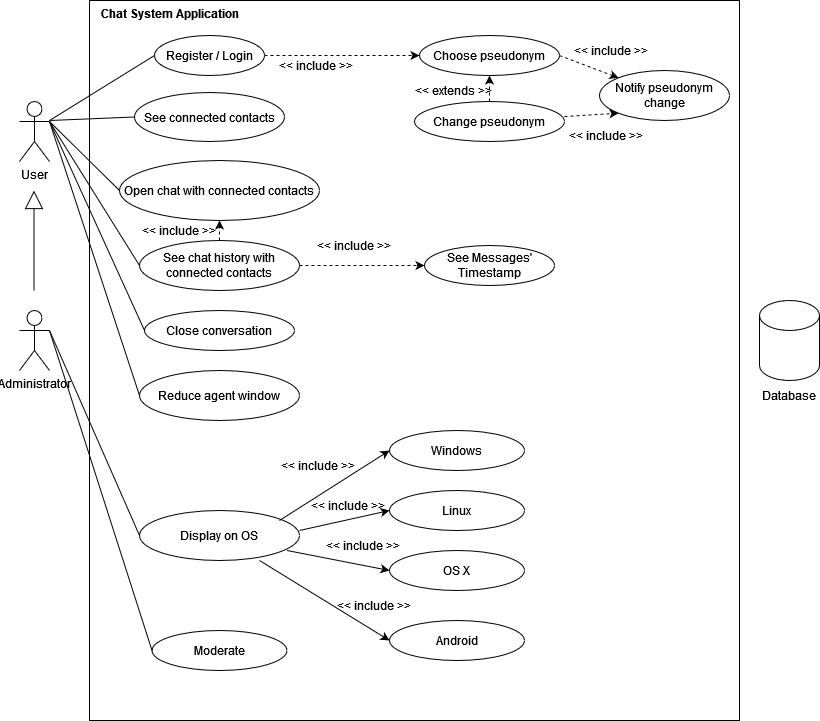
Earlier version of the draw.io export UML Diagrams/End of project Diagrams/Use_case_diagram.png (josua-ramouche/chat_system_project). Source tidied: cells renumbered, new cells last; positions are measured from the earlier drawing's top-left corner, leaving out a move shared by most shapes.
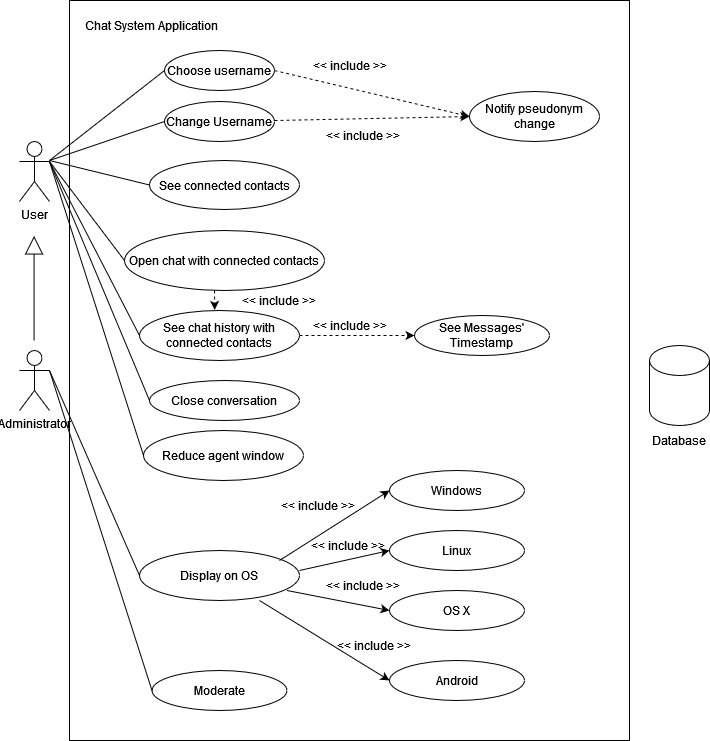
Above is the later version.

Change to the diagram source:
```diff
@@ -2,44 +2,38 @@
   <root>
     <mxCell id="0" />
     <mxCell id="1" parent="0" />
-    <mxCell id="2" style="rounded=0;whiteSpace=wrap;html=1;" parent="1" vertex="1">
-      <mxGeometry x="70" width="650" height="720" as="geometry" />
-    </mxCell>
+    <mxCell id="54" style="rounded=0;whiteSpace=wrap;html=1;" parent="1" vertex="1">
+      <mxGeometry x="50" y="-40" width="560" height="740" as="geometry" />
+    </mxCell>
     <mxCell id="3" value="User" style="shape=umlActor;verticalLabelPosition=bottom;verticalAlign=top;html=1;outlineConnect=0;" parent="1" vertex="1">
       <mxGeometry y="101" width="30" height="60" as="geometry" />
     </mxCell>
     <mxCell id="4" value="Administrator" style="shape=umlActor;verticalLabelPosition=bottom;verticalAlign=top;html=1;outlineConnect=0;" parent="1" vertex="1">
       <mxGeometry y="310" width="30" height="60" as="geometry" />
     </mxCell>
-    <mxCell id="5" value="Register / Login" style="ellipse;whiteSpace=wrap;html=1;" parent="1" vertex="1">
-      <mxGeometry x="135" y="35" width="110" height="40" as="geometry" />
+    <mxCell id="5" value="Choose username" style="ellipse;whiteSpace=wrap;html=1;" parent="1" vertex="1">
+      <mxGeometry x="145" y="10" width="110" height="40" as="geometry" />
     </mxCell>
     <mxCell id="6" value="Notify pseudonym change" style="ellipse;whiteSpace=wrap;html=1;" parent="1" vertex="1">
-      <mxGeometry x="580" y="70" width="130" height="50" as="geometry" />
+      <mxGeometry x="450" y="51" width="130" height="50" as="geometry" />
     </mxCell>
-    <mxCell id="7" value="Choose pseudonym" style="ellipse;whiteSpace=wrap;html=1;" parent="1" vertex="1">
-      <mxGeometry x="400" y="35" width="140" height="40" as="geometry" />
-    </mxCell>
     <mxCell id="8" value="Open chat with connected contacts" style="ellipse;whiteSpace=wrap;html=1;" parent="1" vertex="1">
-      <mxGeometry x="100" y="160" width="200" height="60" as="geometry" />
+      <mxGeometry x="105" y="190" width="200" height="60" as="geometry" />
     </mxCell>
     <mxCell id="9" value="See connected contacts" style="ellipse;whiteSpace=wrap;html=1;" parent="1" vertex="1">
-      <mxGeometry x="115" y="92" width="150" height="49" as="geometry" />
+      <mxGeometry x="130" y="120" width="150" height="49" as="geometry" />
     </mxCell>
-    <mxCell id="10" value="Change pseudonym" style="ellipse;whiteSpace=wrap;html=1;" parent="1" vertex="1">
-      <mxGeometry x="395" y="101" width="150" height="40" as="geometry" />
-    </mxCell>
     <mxCell id="11" value="See chat history with connected contacts" style="ellipse;whiteSpace=wrap;html=1;" parent="1" vertex="1">
-      <mxGeometry x="120" y="240" width="160" height="50" as="geometry" />
+      <mxGeometry x="120" y="270" width="160" height="50" as="geometry" />
     </mxCell>
     <mxCell id="12" value="Close conversation" style="ellipse;whiteSpace=wrap;html=1;" parent="1" vertex="1">
-      <mxGeometry x="125" y="310" width="150" height="40" as="geometry" />
+      <mxGeometry x="130" y="340" width="150" height="40" as="geometry" />
     </mxCell>
     <mxCell id="13" value="See Messages' Timestamp" style="ellipse;whiteSpace=wrap;html=1;" parent="1" vertex="1">
-      <mxGeometry x="405" y="245" width="130" height="40" as="geometry" />
+      <mxGeometry x="395" y="275" width="135" height="40" as="geometry" />
     </mxCell>
     <mxCell id="14" value="Reduce agent window" style="ellipse;whiteSpace=wrap;html=1;" parent="1" vertex="1">
-      <mxGeometry x="120" y="370" width="160" height="50" as="geometry" />
+      <mxGeometry x="124" y="390" width="160" height="50" as="geometry" />
     </mxCell>
     <mxCell id="15" value="Display on OS" style="ellipse;whiteSpace=wrap;html=1;" parent="1" vertex="1">
       <mxGeometry x="120" y="510" width="160" height="50" as="geometry" />
@@ -91,25 +85,20 @@
     <mxCell id="28" value="&amp;lt;&amp;lt; include &amp;gt;&amp;gt;" style="text;html=1;strokeColor=none;fillColor=none;align=center;verticalAlign=middle;whiteSpace=wrap;rounded=0;" parent="1" vertex="1">
       <mxGeometry x="310" y="590" width="90" height="30" as="geometry" />
     </mxCell>
-    <mxCell id="29" style="endArrow=classic;dashed=1;html=1;rounded=0;exitX=1;exitY=0.5;exitDx=0;exitDy=0;startArrow=none;startFill=0;endFill=1;" parent="1" edge="1" source="5">
-      <mxGeometry relative="1" as="geometry">
-        <mxPoint x="400" y="55" as="targetPoint" />
-      </mxGeometry>
+    <mxCell id="29" style="endArrow=classic;dashed=1;html=1;rounded=0;exitX=1;exitY=0.5;exitDx=0;exitDy=0;startArrow=none;startFill=0;endFill=1;entryX=0;entryY=0.5;entryDx=0;entryDy=0;" parent="1" edge="1" source="5" target="6">
+      <mxGeometry relative="1" as="geometry" />
     </mxCell>
     <mxCell id="30" value="&amp;lt;&amp;lt; include &amp;gt;&amp;gt;" style="text;html=1;strokeColor=none;fillColor=none;align=center;verticalAlign=middle;whiteSpace=wrap;rounded=0;" parent="1" vertex="1">
-      <mxGeometry x="250" y="50" width="94" height="30" as="geometry" />
+      <mxGeometry x="284" y="10" width="94" height="30" as="geometry" />
     </mxCell>
-    <mxCell id="31" style="endArrow=classic;dashed=1;html=1;rounded=0;entryX=0.5;entryY=1;entryDx=0;entryDy=0;exitX=0.5;exitY=0;exitDx=0;exitDy=0;startArrow=none;startFill=0;endFill=1;" parent="1" edge="1" source="10" target="7">
-      <mxGeometry relative="1" as="geometry" />
-    </mxCell>
-    <mxCell id="32" value="&amp;lt;&amp;lt; extends &amp;gt;&amp;gt;" style="text;html=1;strokeColor=none;fillColor=none;align=center;verticalAlign=middle;whiteSpace=wrap;rounded=0;" parent="1" vertex="1">
-      <mxGeometry x="389" y="75" width="90" height="30" as="geometry" />
+    <mxCell id="32" value="&amp;lt;&amp;lt; include &amp;gt;&amp;gt;" style="text;html=1;strokeColor=none;fillColor=none;align=center;verticalAlign=middle;whiteSpace=wrap;rounded=0;" parent="1" vertex="1">
+      <mxGeometry x="215" y="245" width="90" height="30" as="geometry" />
     </mxCell>
     <mxCell id="33" style="endArrow=classic;dashed=1;html=1;rounded=0;exitX=1;exitY=0.5;exitDx=0;exitDy=0;startArrow=none;startFill=0;endFill=1;entryX=0;entryY=0.5;entryDx=0;entryDy=0;" parent="1" edge="1" source="11" target="13">
       <mxGeometry relative="1" as="geometry" />
     </mxCell>
     <mxCell id="34" value="&amp;lt;&amp;lt; include &amp;gt;&amp;gt;" style="text;html=1;strokeColor=none;fillColor=none;align=center;verticalAlign=middle;whiteSpace=wrap;rounded=0;" parent="1" vertex="1">
-      <mxGeometry x="290" y="230" width="90" height="30" as="geometry" />
+      <mxGeometry x="286" y="270" width="90" height="30" as="geometry" />
     </mxCell>
     <mxCell id="35" style="endArrow=none;html=1;rounded=0;entryX=0;entryY=0.5;entryDx=0;entryDy=0;" parent="1" edge="1" target="5">
       <mxGeometry relative="1" as="geometry">
@@ -140,7 +129,7 @@
       <mxGeometry relative="1" as="geometry" />
     </mxCell>
     <mxCell id="43" style="group;" parent="1" vertex="1">
-      <mxGeometry x="740" y="300" width="60" height="110" as="geometry" />
+      <mxGeometry x="630" y="305" width="60" height="110" as="geometry" />
     </mxCell>
     <mxCell id="44" style="shape=cylinder3;whiteSpace=wrap;html=1;boundedLbl=1;backgroundOutline=1;size=15;" parent="43" vertex="1">
       <mxGeometry width="60" height="80" as="geometry" />
@@ -148,34 +137,35 @@
     <mxCell id="45" value="Database" style="text;html=1;strokeColor=none;fillColor=none;align=center;verticalAlign=middle;whiteSpace=wrap;rounded=0;" parent="43" vertex="1">
       <mxGeometry y="80" width="60" height="30" as="geometry" />
     </mxCell>
-    <mxCell id="46" style="endArrow=block;endSize=16;endFill=0;html=1;rounded=0;" parent="1" edge="1">
-      <mxGeometry x="0.12" y="-80" relative="1" as="geometry">
-        <mxPoint x="14.5" y="290" as="sourcePoint" />
-        <mxPoint x="14.5" y="190" as="targetPoint" />
-      </mxGeometry>
-    </mxCell>
+    <mxCell id="55" value="Change Username" style="ellipse;whiteSpace=wrap;html=1;" parent="1" vertex="1">
+      <mxGeometry x="145" y="61" width="110" height="40" as="geometry" />
+    </mxCell>
+    <mxCell id="56" style="endArrow=none;html=1;rounded=0;entryX=0;entryY=0.5;entryDx=0;entryDy=0;" parent="1" edge="1" target="55">
+      <mxGeometry relative="1" as="geometry">
+        <mxPoint x="30" y="120" as="sourcePoint" />
+      </mxGeometry>
+    </mxCell>
+    <mxCell id="57" style="endArrow=classic;dashed=1;html=1;rounded=0;exitX=1;exitY=0.5;exitDx=0;exitDy=0;startArrow=none;startFill=0;endFill=1;entryX=0;entryY=0.5;entryDx=0;entryDy=0;" parent="1" edge="1" target="6">
+      <mxGeometry relative="1" as="geometry">
+        <mxPoint x="255" y="80" as="sourcePoint" />
+      </mxGeometry>
+    </mxCell>
+    <mxCell id="58" style="endArrow=block;endSize=16;endFill=0;html=1;rounded=0;" parent="1" edge="1">
+      <mxGeometry x="0.62" y="-380" relative="1" as="geometry">
+        <mxPoint x="14.6" y="300" as="sourcePoint" />
+        <mxPoint x="14.6" y="195.4" as="targetPoint" />
+      </mxGeometry>
+    </mxCell>
-    <mxCell id="47" value="Chat System Application" style="text;align=center;fontStyle=1;verticalAlign=middle;spacingLeft=3;spacingRight=3;strokeColor=none;html=1;" parent="1" vertex="1">
-      <mxGeometry x="110" width="80" height="26" as="geometry" />
+    <mxCell id="47" value="Chat System Application" style="text;html=1;strokeColor=none;fillColor=none;align=center;verticalAlign=middle;whiteSpace=wrap;rounded=0;" parent="1" vertex="1">
+      <mxGeometry x="64" y="-30" width="136" height="30" as="geometry" />
     </mxCell>
-    <mxCell id="48" style="endArrow=classic;dashed=1;html=1;rounded=0;exitX=1;exitY=0.5;exitDx=0;exitDy=0;startArrow=none;startFill=0;endFill=1;entryX=0;entryY=0;entryDx=0;entryDy=0;" parent="1" edge="1" source="7" target="6">
-      <mxGeometry relative="1" as="geometry" />
-    </mxCell>
-    <mxCell id="49" style="endArrow=classic;dashed=1;html=1;rounded=0;exitX=1;exitY=0.5;exitDx=0;exitDy=0;startArrow=none;startFill=0;endFill=1;entryX=0;entryY=1;entryDx=0;entryDy=0;" parent="1" edge="1" target="6">
-      <mxGeometry relative="1" as="geometry">
-        <mxPoint x="545" y="116" as="sourcePoint" />
-      </mxGeometry>
-    </mxCell>
-    <mxCell id="50" value="&amp;lt;&amp;lt; include &amp;gt;&amp;gt;" style="text;html=1;strokeColor=none;fillColor=none;align=center;verticalAlign=middle;whiteSpace=wrap;rounded=0;" parent="1" vertex="1">
-      <mxGeometry x="545" y="35" width="94" height="30" as="geometry" />
-    </mxCell>
-    <mxCell id="51" value="&amp;lt;&amp;lt; include &amp;gt;&amp;gt;" style="text;html=1;strokeColor=none;fillColor=none;align=center;verticalAlign=middle;whiteSpace=wrap;rounded=0;" parent="1" vertex="1">
-      <mxGeometry x="540" y="120" width="94" height="30" as="geometry" />
-    </mxCell>
-    <mxCell id="52" style="endArrow=classic;dashed=1;html=1;rounded=0;exitX=0.5;exitY=0;exitDx=0;exitDy=0;startArrow=none;startFill=0;endFill=1;entryX=0.5;entryY=1;entryDx=0;entryDy=0;" parent="1" edge="1" source="11" target="8">
-      <mxGeometry relative="1" as="geometry" />
-    </mxCell>
-    <mxCell id="53" value="&amp;lt;&amp;lt; include &amp;gt;&amp;gt;" style="text;html=1;strokeColor=none;fillColor=none;align=center;verticalAlign=middle;whiteSpace=wrap;rounded=0;" parent="1" vertex="1">
-      <mxGeometry x="115" y="215" width="90" height="30" as="geometry" />
-    </mxCell>
+    <mxCell id="59" value="&amp;lt;&amp;lt; include &amp;gt;&amp;gt;" style="text;html=1;strokeColor=none;fillColor=none;align=center;verticalAlign=middle;whiteSpace=wrap;rounded=0;" parent="1" vertex="1">
+      <mxGeometry x="299" y="80" width="90" height="30" as="geometry" />
+    </mxCell>
+    <mxCell id="60" style="endArrow=classic;dashed=1;html=1;rounded=0;exitX=1;exitY=0.5;exitDx=0;exitDy=0;startArrow=none;startFill=0;endFill=1;entryX=0.47;entryY=-0.012;entryDx=0;entryDy=0;entryPerimeter=0;" parent="1" edge="1" target="11">
+      <mxGeometry relative="1" as="geometry">
+        <mxPoint x="195" y="250" as="sourcePoint" />
+      </mxGeometry>
+    </mxCell>
   </root>
 </mxGraphModel>
```
